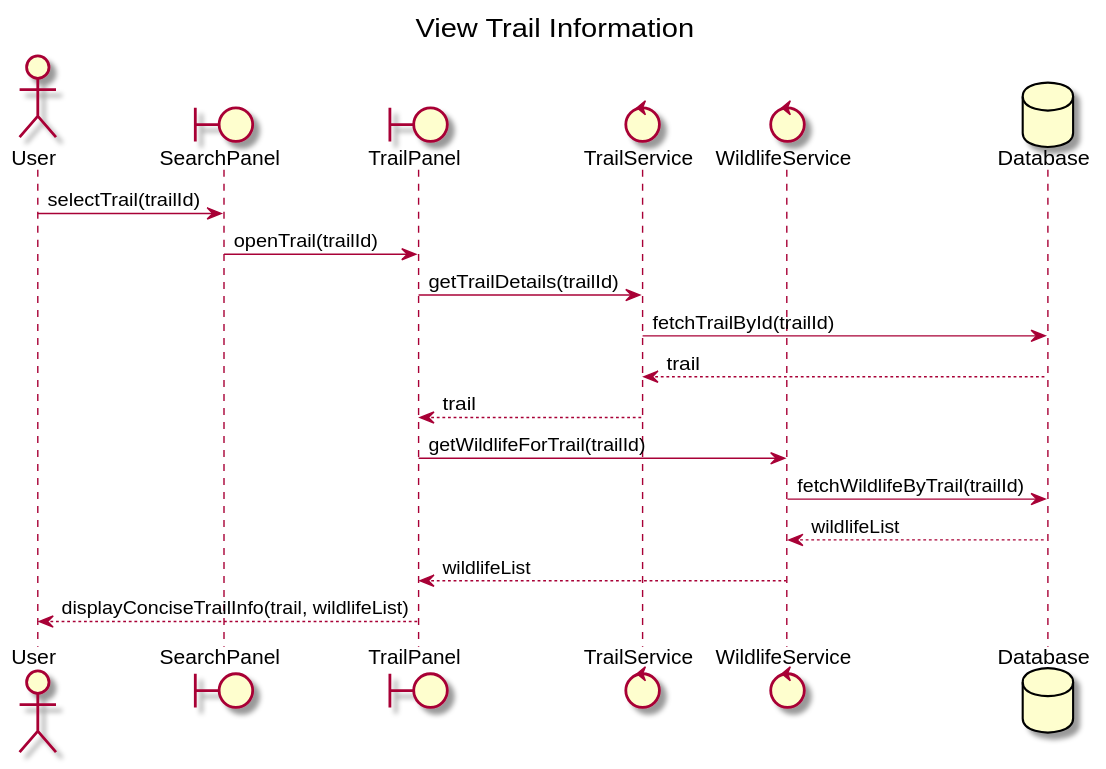
The PlantUML diagram uml-diagrams/svg/sequence/viewTrail.svg in milelime/Wildlife-Explorer, before a commit.
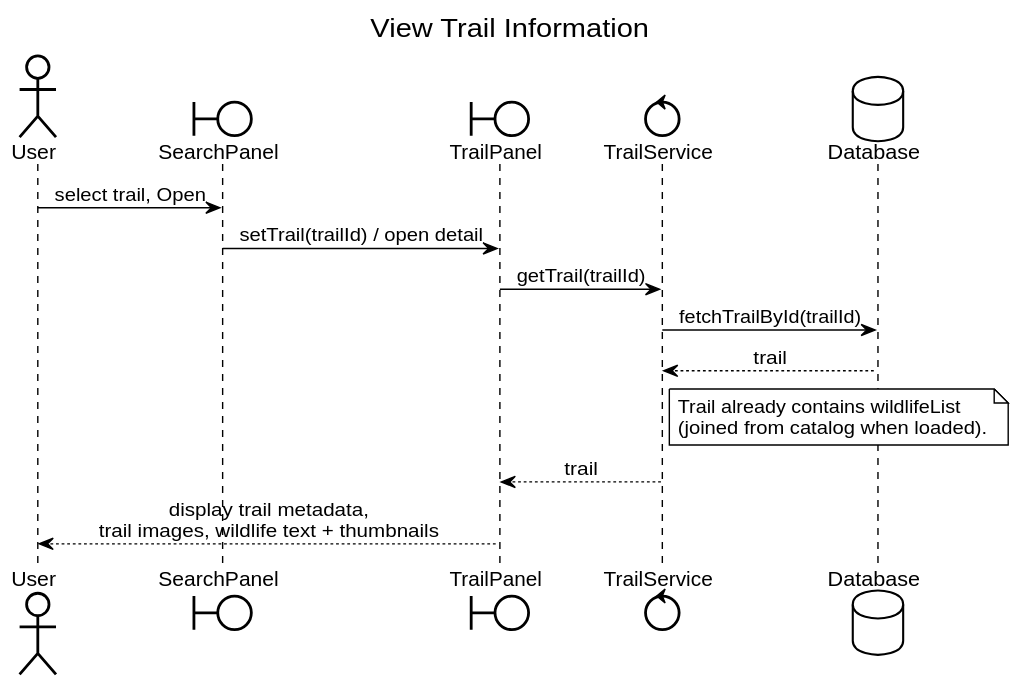
Above is the later version.

What changed in the source:
```diff
@@ -1,26 +1,98 @@
 @startuml
+
+skinparam BackgroundColor white
+skinparam shadowing false
+skinparam defaultFontName SansSerif
+skinparam ArrowColor black
+skinparam ArrowThickness 1
+
+skinparam classAttributeIconSize 0
+skinparam class {
+  BackgroundColor white
+  BorderColor black
+  FontColor black
+}
+skinparam package {
+  BackgroundColor white
+  BorderColor black
+  FontColor black
+}
+skinparam stereotype {
+  BackgroundColor white
+  FontColor black
+}
+
+skinparam sequenceMessageAlign center
+skinparam LifeLineBorderColor black
+skinparam LifeLineBackgroundColor white
+skinparam sequence {
+  ArrowColor black
+  LifeLineBorderColor black
+}
+skinparam participant {
+  BackgroundColor white
+  BorderColor black
+  FontColor black
+}
+skinparam actor {
+  BackgroundColor white
+  BorderColor black
+  FontColor black
+}
+skinparam boundary {
+  BackgroundColor white
+  BorderColor black
+  FontColor black
+}
+skinparam control {
+  BackgroundColor white
+  BorderColor black
+  FontColor black
+}
+skinparam database {
+  BackgroundColor white
+  BorderColor black
+  FontColor black
+}
+skinparam entity {
+  BackgroundColor white
+  BorderColor black
+  FontColor black
+}
+skinparam collections {
+  BackgroundColor white
+  BorderColor black
+  FontColor black
+}
+skinparam note {
+  BackgroundColor white
+  BorderColor black
+  FontColor black
+}
+
 title View Trail Information
 
 actor User
 boundary SearchPanel
 boundary TrailPanel
 control TrailService
-control WildlifeService
 database Database
 
-User -> SearchPanel : selectTrail(trailId)
-SearchPanel -> TrailPanel : openTrail(trailId)
+User -> SearchPanel : select trail, Open
 
-TrailPanel -> TrailService : getTrailDetails(trailId)
+SearchPanel -> TrailPanel : setTrail(trailId) / open detail
+
+TrailPanel -> TrailService : getTrail(trailId)
 TrailService -> Database : fetchTrailById(trailId)
 Database --> TrailService : trail
+
+note right of TrailService
+  Trail already contains wildlifeList
+  (joined from catalog when loaded).
+end note
+
 TrailService --> TrailPanel : trail
 
-TrailPanel -> WildlifeService : getWildlifeForTrail(trailId)
-WildlifeService -> Database : fetchWildlifeByTrail(trailId)
-Database --> WildlifeService : wildlifeList
-WildlifeService --> TrailPanel : wildlifeList
-
-TrailPanel --> User : displayConciseTrailInfo(trail, wildlifeList)
+TrailPanel --> User : display trail metadata,\ntrail images, wildlife text + thumbnails
 
 @enduml
```
